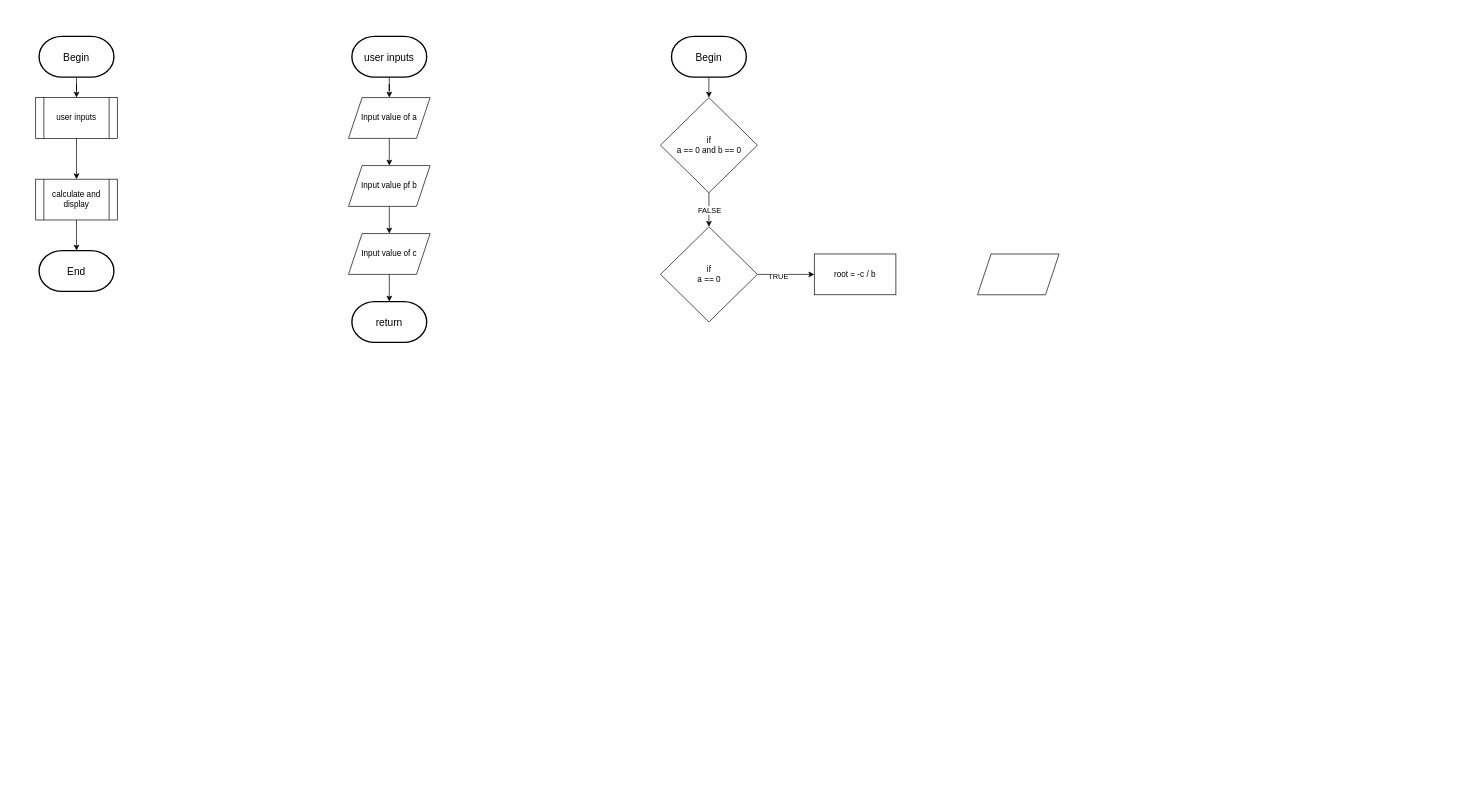
This is problem64flowchart.drawio from AmawNiZy/Assignments, a draw.io file, before an edit. Source tidied: cells renumbered, new cells numbered last; positions are measured from the earlier drawing's top-left corner, leaving out a move shared by most shapes. Both pictures are drawn from the tidied source at 68%, with x=0, y=0 at pixel (35, 36).
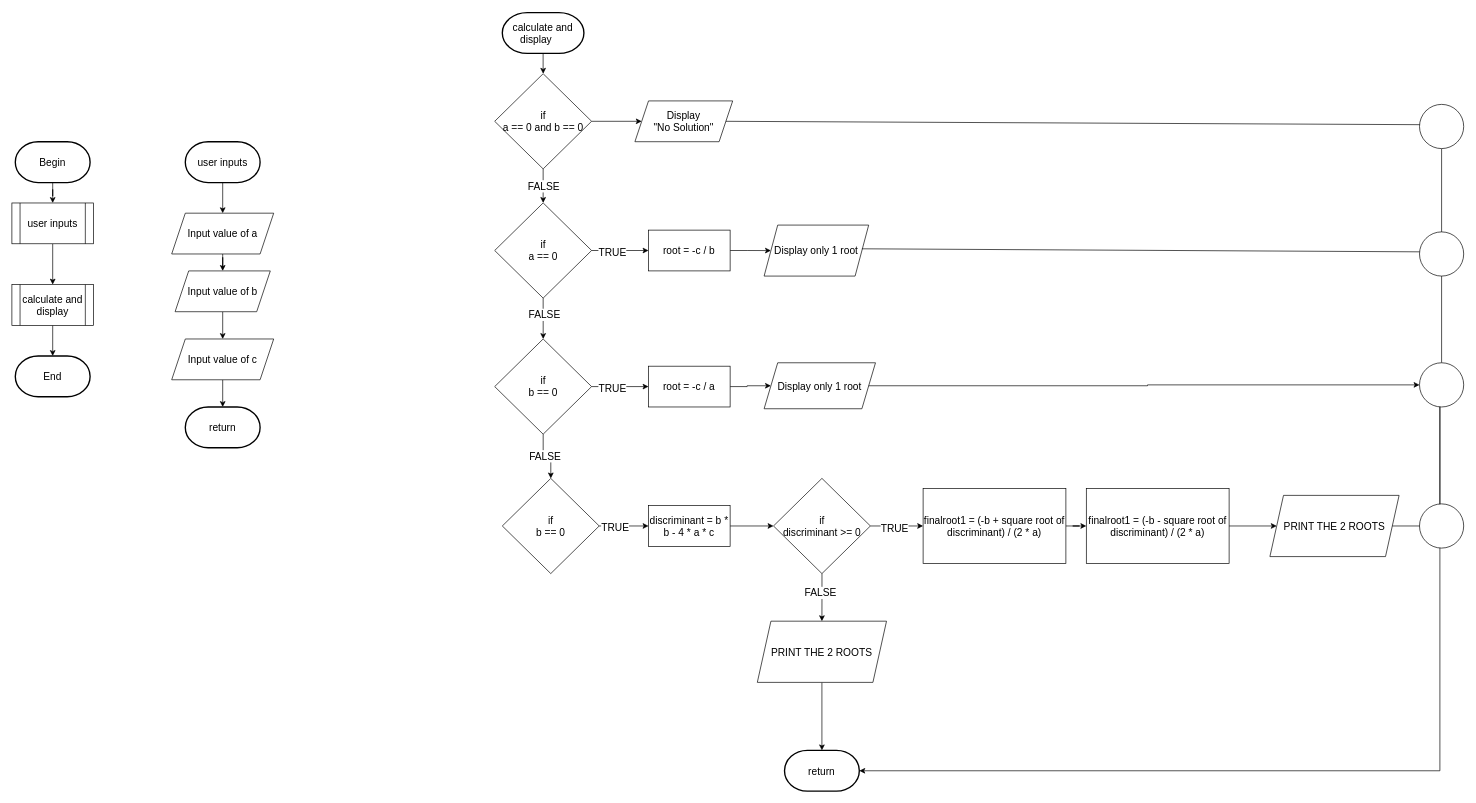
Above is the later version.

What changed in the source:
```diff
@@
-    <mxCell id="2" style="edgeStyle=orthogonalEdgeStyle;rounded=0;jettySize=auto;html=1;" parent="1" edge="1" source="3" target="5">
+    <mxCell id="2" style="edgeStyle=orthogonalEdgeStyle;rounded=0;jettySize=auto;html=1;fontSize=15;" parent="1" edge="1" source="3" target="5">
       <mxGeometry relative="1" as="geometry" />
     </mxCell>
-    <mxCell id="3" value="&lt;font style=&quot;font-size: 15px;&quot;&gt;Begin&lt;/font&gt;" style="strokeWidth=2;html=1;shape=mxgraph.flowchart.terminator;whiteSpace=wrap;" parent="1" vertex="1">
-      <mxGeometry x="5" width="110" height="60" as="geometry" />
+    <mxCell id="3" value="&lt;font style=&quot;font-size: 15px;&quot;&gt;Begin&lt;/font&gt;" style="strokeWidth=2;html=1;shape=mxgraph.flowchart.terminator;whiteSpace=wrap;fontSize=15;" parent="1" vertex="1">
+      <mxGeometry x="-30" y="155" width="110" height="60" as="geometry" />
     </mxCell>
-    <mxCell id="4" style="edgeStyle=orthogonalEdgeStyle;rounded=0;jettySize=auto;html=1;" parent="1" edge="1" source="5" target="7">
+    <mxCell id="4" style="edgeStyle=orthogonalEdgeStyle;rounded=0;jettySize=auto;html=1;fontSize=15;" parent="1" edge="1" source="5" target="7">
       <mxGeometry relative="1" as="geometry" />
     </mxCell>
-    <mxCell id="5" value="user inputs" style="shape=process;whiteSpace=wrap;html=1;backgroundOutline=1;" parent="1" vertex="1">
-      <mxGeometry y="90" width="120" height="60" as="geometry" />
+    <mxCell id="5" value="user inputs" style="shape=process;whiteSpace=wrap;html=1;backgroundOutline=1;fontSize=15;" parent="1" vertex="1">
+      <mxGeometry x="-35" y="245" width="120" height="60" as="geometry" />
     </mxCell>
-    <mxCell id="6" style="edgeStyle=orthogonalEdgeStyle;rounded=0;jettySize=auto;html=1;" parent="1" edge="1" source="7" target="8">
+    <mxCell id="6" style="edgeStyle=orthogonalEdgeStyle;rounded=0;jettySize=auto;html=1;fontSize=15;" parent="1" edge="1" source="7" target="8">
       <mxGeometry relative="1" as="geometry" />
     </mxCell>
-    <mxCell id="7" value="calculate and display" style="shape=process;whiteSpace=wrap;html=1;backgroundOutline=1;" parent="1" vertex="1">
-      <mxGeometry y="210" width="120" height="60" as="geometry" />
+    <mxCell id="7" value="calculate and display" style="shape=process;whiteSpace=wrap;html=1;backgroundOutline=1;fontSize=15;" parent="1" vertex="1">
+      <mxGeometry x="-35" y="365" width="120" height="60" as="geometry" />
     </mxCell>
-    <mxCell id="8" value="&lt;font style=&quot;font-size: 15px;&quot;&gt;End&lt;/font&gt;" style="strokeWidth=2;html=1;shape=mxgraph.flowchart.terminator;whiteSpace=wrap;" parent="1" vertex="1">
-      <mxGeometry x="5" y="315" width="110" height="60" as="geometry" />
+    <mxCell id="8" value="&lt;font style=&quot;font-size: 15px;&quot;&gt;End&lt;/font&gt;" style="strokeWidth=2;html=1;shape=mxgraph.flowchart.terminator;whiteSpace=wrap;fontSize=15;" parent="1" vertex="1">
+      <mxGeometry x="-30" y="470" width="110" height="60" as="geometry" />
     </mxCell>
-    <mxCell id="9" style="edgeStyle=orthogonalEdgeStyle;rounded=0;jettySize=auto;html=1;" parent="1" edge="1" source="10" target="12">
+    <mxCell id="9" style="edgeStyle=orthogonalEdgeStyle;rounded=0;jettySize=auto;html=1;fontSize=15;" parent="1" edge="1" source="10" target="12">
       <mxGeometry relative="1" as="geometry" />
     </mxCell>
-    <mxCell id="10" value="&lt;span style=&quot;font-size: 15px;&quot;&gt;user inputs&lt;/span&gt;" style="strokeWidth=2;html=1;shape=mxgraph.flowchart.terminator;whiteSpace=wrap;" parent="1" vertex="1">
-      <mxGeometry x="465" width="110" height="60" as="geometry" />
+    <mxCell id="10" value="&lt;span style=&quot;font-size: 15px;&quot;&gt;user inputs&lt;/span&gt;" style="strokeWidth=2;html=1;shape=mxgraph.flowchart.terminator;whiteSpace=wrap;fontSize=15;" parent="1" vertex="1">
+      <mxGeometry x="220" y="155" width="110" height="60" as="geometry" />
     </mxCell>
-    <mxCell id="11" style="edgeStyle=orthogonalEdgeStyle;rounded=0;jettySize=auto;html=1;" parent="1" edge="1" source="12" target="14">
+    <mxCell id="11" style="edgeStyle=orthogonalEdgeStyle;rounded=0;jettySize=auto;html=1;fontSize=15;" parent="1" edge="1" source="12" target="14">
       <mxGeometry relative="1" as="geometry" />
     </mxCell>
-    <mxCell id="12" value="Input value of a" style="shape=parallelogram;perimeter=parallelogramPerimeter;whiteSpace=wrap;html=1;fixedSize=1;" parent="1" vertex="1">
-      <mxGeometry x="460" y="90" width="120" height="60" as="geometry" />
+    <mxCell id="12" value="Input value of a" style="shape=parallelogram;perimeter=parallelogramPerimeter;whiteSpace=wrap;html=1;fixedSize=1;fontSize=15;" parent="1" vertex="1">
+      <mxGeometry x="200" y="260" width="150" height="60" as="geometry" />
     </mxCell>
-    <mxCell id="13" style="edgeStyle=orthogonalEdgeStyle;rounded=0;jettySize=auto;html=1;" parent="1" edge="1" source="14" target="16">
+    <mxCell id="13" style="edgeStyle=orthogonalEdgeStyle;rounded=0;jettySize=auto;html=1;fontSize=15;" parent="1" edge="1" source="14" target="16">
       <mxGeometry relative="1" as="geometry" />
     </mxCell>
-    <mxCell id="14" value="Input value pf b" style="shape=parallelogram;perimeter=parallelogramPerimeter;whiteSpace=wrap;html=1;fixedSize=1;" parent="1" vertex="1">
-      <mxGeometry x="460" y="190" width="120" height="60" as="geometry" />
+    <mxCell id="14" value="Input value of b" style="shape=parallelogram;perimeter=parallelogramPerimeter;whiteSpace=wrap;html=1;fixedSize=1;fontSize=15;" parent="1" vertex="1">
+      <mxGeometry x="205" y="344.9" width="140" height="60" as="geometry" />
     </mxCell>
-    <mxCell id="15" style="edgeStyle=orthogonalEdgeStyle;rounded=0;jettySize=auto;html=1;" parent="1" edge="1" source="16" target="17">
+    <mxCell id="15" style="edgeStyle=orthogonalEdgeStyle;rounded=0;jettySize=auto;html=1;fontSize=15;" parent="1" edge="1" source="16" target="17">
       <mxGeometry relative="1" as="geometry" />
     </mxCell>
-    <mxCell id="16" value="Input value of c" style="shape=parallelogram;perimeter=parallelogramPerimeter;whiteSpace=wrap;html=1;fixedSize=1;" parent="1" vertex="1">
-      <mxGeometry x="460" y="290" width="120" height="60" as="geometry" />
+    <mxCell id="16" value="Input value of c" style="shape=parallelogram;perimeter=parallelogramPerimeter;whiteSpace=wrap;html=1;fixedSize=1;fontSize=15;" parent="1" vertex="1">
+      <mxGeometry x="200" y="445" width="150" height="60" as="geometry" />
     </mxCell>
-    <mxCell id="17" value="&lt;font style=&quot;font-size: 15px;&quot;&gt;return&lt;/font&gt;" style="strokeWidth=2;html=1;shape=mxgraph.flowchart.terminator;whiteSpace=wrap;" parent="1" vertex="1">
-      <mxGeometry x="465" y="390" width="110" height="60" as="geometry" />
+    <mxCell id="17" value="&lt;font style=&quot;font-size: 15px;&quot;&gt;return&lt;/font&gt;" style="strokeWidth=2;html=1;shape=mxgraph.flowchart.terminator;whiteSpace=wrap;fontSize=15;" parent="1" vertex="1">
+      <mxGeometry x="220" y="545" width="110" height="60" as="geometry" />
     </mxCell>
-    <mxCell id="18" style="edgeStyle=orthogonalEdgeStyle;rounded=0;jettySize=auto;html=1;" parent="1" edge="1" source="19" target="22">
+    <mxCell id="18" style="edgeStyle=orthogonalEdgeStyle;rounded=0;jettySize=auto;html=1;fontSize=15;" parent="1" edge="1" source="19" target="22">
       <mxGeometry relative="1" as="geometry" />
     </mxCell>
-    <mxCell id="19" value="&lt;font style=&quot;font-size: 15px;&quot;&gt;Begin&lt;/font&gt;" style="strokeWidth=2;html=1;shape=mxgraph.flowchart.terminator;whiteSpace=wrap;" parent="1" vertex="1">
-      <mxGeometry x="935" width="110" height="60" as="geometry" />
+    <mxCell id="19" value="&lt;span style=&quot;font-size: 15px;&quot;&gt;calculate and display&lt;span style=&quot;white-space: pre; font-size: 15px;&quot;&gt;&#9;&lt;/span&gt;&lt;/span&gt;" style="strokeWidth=2;html=1;shape=mxgraph.flowchart.terminator;whiteSpace=wrap;fontSize=15;" parent="1" vertex="1">
+      <mxGeometry x="686.2" y="-35" width="120" height="60" as="geometry" />
     </mxCell>
-    <mxCell id="20" style="edgeStyle=orthogonalEdgeStyle;rounded=0;jettySize=auto;html=1;" parent="1" edge="1" source="22" target="25">
+    <mxCell id="20" style="edgeStyle=orthogonalEdgeStyle;rounded=0;jettySize=auto;html=1;fontSize=15;" parent="1" edge="1" source="22" target="25">
       <mxGeometry relative="1" as="geometry" />
     </mxCell>
-    <mxCell id="21" value="FALSE" style="edgeLabel;html=1;align=center;verticalAlign=middle;" parent="20" vertex="1">
+    <mxCell id="21" value="FALSE" style="edgeLabel;html=1;align=center;verticalAlign=middle;fontSize=15;" parent="20" vertex="1">
       <mxGeometry x="-0.01" relative="1" as="geometry" />
     </mxCell>
+    <mxCell id="28" style="edgeStyle=orthogonalEdgeStyle;rounded=0;jettySize=auto;html=1;fontSize=15;" parent="1" edge="1" source="22" target="32">
+      <mxGeometry relative="1" as="geometry" />
+    </mxCell>
-    <mxCell id="22" value="if&lt;br&gt;a == 0 and b == 0" style="rhombus;whiteSpace=wrap;html=1;" parent="1" vertex="1">
-      <mxGeometry x="918.8" y="90" width="142.5" height="140" as="geometry" />
+    <mxCell id="22" value="if&lt;br style=&quot;font-size: 15px;&quot;&gt;a == 0 and b == 0" style="rhombus;whiteSpace=wrap;html=1;fontSize=15;" parent="1" vertex="1">
+      <mxGeometry x="675" y="54.9" width="142.5" height="140" as="geometry" />
     </mxCell>
-    <mxCell id="23" style="edgeStyle=orthogonalEdgeStyle;rounded=0;jettySize=auto;html=1;" parent="1" edge="1" source="25" target="26">
+    <mxCell id="23" style="edgeStyle=orthogonalEdgeStyle;rounded=0;jettySize=auto;html=1;fontSize=15;" parent="1" edge="1" source="25" target="26">
       <mxGeometry relative="1" as="geometry" />
     </mxCell>
-    <mxCell id="24" value="TRUE" style="edgeLabel;html=1;align=center;verticalAlign=middle;" parent="23" vertex="1">
+    <mxCell id="24" value="TRUE" style="edgeLabel;html=1;align=center;verticalAlign=middle;fontSize=15;" parent="23" vertex="1">
       <mxGeometry x="-0.29" y="-2" relative="1" as="geometry" />
     </mxCell>
+    <mxCell id="29" style="edgeStyle=orthogonalEdgeStyle;rounded=0;jettySize=auto;html=1;exitX=0.5;exitY=1;exitDx=0;exitDy=0;fontSize=15;" parent="1" edge="1" source="25" target="37">
+      <mxGeometry relative="1" as="geometry" />
+    </mxCell>
+    <mxCell id="30" value="FALSE" style="edgeLabel;html=1;align=center;verticalAlign=middle;fontSize=15;" parent="29" vertex="1">
+      <mxGeometry x="-0.2" y="1" relative="1" as="geometry" />
+    </mxCell>
-    <mxCell id="25" value="if&lt;br&gt;a == 0" style="rhombus;whiteSpace=wrap;html=1;" parent="1" vertex="1">
-      <mxGeometry x="918.8" y="280" width="142.5" height="140" as="geometry" />
+    <mxCell id="25" value="if&lt;br style=&quot;font-size: 15px;&quot;&gt;a == 0" style="rhombus;whiteSpace=wrap;html=1;fontSize=15;" parent="1" vertex="1">
+      <mxGeometry x="675" y="244.9" width="142.5" height="140" as="geometry" />
     </mxCell>
+    <mxCell id="31" style="edgeStyle=orthogonalEdgeStyle;rounded=0;jettySize=auto;html=1;fontSize=15;" parent="1" edge="1" source="26" target="27">
+      <mxGeometry relative="1" as="geometry" />
+    </mxCell>
-    <mxCell id="26" value="root = -c / b" style="rounded=0;whiteSpace=wrap;html=1;" parent="1" vertex="1">
-      <mxGeometry x="1145" y="320" width="120" height="60" as="geometry" />
+    <mxCell id="26" value="root = -c / b" style="rounded=0;whiteSpace=wrap;html=1;fontSize=15;" parent="1" vertex="1">
+      <mxGeometry x="901.2" y="284.9" width="120" height="60" as="geometry" />
     </mxCell>
-    <mxCell id="27" style="shape=parallelogram;perimeter=parallelogramPerimeter;whiteSpace=wrap;html=1;fixedSize=1;" parent="1" vertex="1">
-      <mxGeometry x="1385" y="320" width="120" height="60" as="geometry" />
+    <mxCell id="27" value="Display only 1 root" style="shape=parallelogram;perimeter=parallelogramPerimeter;whiteSpace=wrap;html=1;fixedSize=1;fontSize=15;" parent="1" vertex="1">
+      <mxGeometry x="1071.2" y="277.5" width="153.8" height="75" as="geometry" />
     </mxCell>
+    <mxCell id="32" value="Display &lt;br style=&quot;font-size: 15px;&quot;&gt;&quot;No Solution&quot;" style="shape=parallelogram;perimeter=parallelogramPerimeter;whiteSpace=wrap;html=1;fixedSize=1;fontSize=15;" parent="1" vertex="1">
+      <mxGeometry x="881.2" y="94.9" width="143.8" height="60" as="geometry" />
+    </mxCell>
+    <mxCell id="33" style="edgeStyle=orthogonalEdgeStyle;rounded=0;jettySize=auto;html=1;fontSize=15;" parent="1" edge="1" source="37" target="39">
+      <mxGeometry relative="1" as="geometry" />
+    </mxCell>
+    <mxCell id="34" value="TRUE" style="edgeLabel;html=1;align=center;verticalAlign=middle;fontSize=15;" parent="33" vertex="1">
+      <mxGeometry x="-0.29" y="-2" relative="1" as="geometry" />
+    </mxCell>
+    <mxCell id="35" style="edgeStyle=orthogonalEdgeStyle;rounded=0;jettySize=auto;html=1;fontSize=15;" parent="1" edge="1" source="37" target="44">
+      <mxGeometry relative="1" as="geometry" />
+    </mxCell>
+    <mxCell id="36" value="FALSE" style="edgeLabel;html=1;align=center;verticalAlign=middle;fontSize=15;" parent="35" vertex="1">
+      <mxGeometry x="-0.09" y="1" relative="1" as="geometry" />
+    </mxCell>
+    <mxCell id="37" value="if&lt;br style=&quot;font-size: 15px;&quot;&gt;b == 0" style="rhombus;whiteSpace=wrap;html=1;fontSize=15;" parent="1" vertex="1">
+      <mxGeometry x="675" y="445" width="142.5" height="140" as="geometry" />
+    </mxCell>
+    <mxCell id="38" style="edgeStyle=orthogonalEdgeStyle;rounded=0;jettySize=auto;html=1;fontSize=15;" parent="1" edge="1" source="39" target="41">
+      <mxGeometry relative="1" as="geometry" />
+    </mxCell>
+    <mxCell id="39" value="root = -c / a" style="rounded=0;whiteSpace=wrap;html=1;fontSize=15;" parent="1" vertex="1">
+      <mxGeometry x="901.2" y="485" width="120" height="60" as="geometry" />
+    </mxCell>
+    <mxCell id="40" style="edgeStyle=orthogonalEdgeStyle;rounded=0;jettySize=auto;html=1;" parent="1" edge="1" source="69" target="59">
+      <mxGeometry relative="1" as="geometry">
+        <Array as="points">
+          <mxPoint x="2065" y="514" />
+          <mxPoint x="2065" y="1090" />
+        </Array>
+      </mxGeometry>
+    </mxCell>
+    <mxCell id="41" value="Display only 1 root" style="shape=parallelogram;perimeter=parallelogramPerimeter;whiteSpace=wrap;html=1;fixedSize=1;fontSize=15;" parent="1" vertex="1">
+      <mxGeometry x="1071.2" y="480" width="163.8" height="67.6" as="geometry" />
+    </mxCell>
+    <mxCell id="42" style="edgeStyle=orthogonalEdgeStyle;rounded=0;jettySize=auto;html=1;fontSize=15;" parent="1" edge="1" source="44" target="46">
+      <mxGeometry relative="1" as="geometry" />
+    </mxCell>
+    <mxCell id="43" value="TRUE" style="edgeLabel;html=1;align=center;verticalAlign=middle;fontSize=15;" parent="42" vertex="1">
+      <mxGeometry x="-0.36" y="-1" relative="1" as="geometry" />
+    </mxCell>
+    <mxCell id="44" value="if&lt;br style=&quot;font-size: 15px;&quot;&gt;b == 0" style="rhombus;whiteSpace=wrap;html=1;fontSize=15;" parent="1" vertex="1">
+      <mxGeometry x="686.2" y="650" width="142.5" height="140" as="geometry" />
+    </mxCell>
+    <mxCell id="45" style="edgeStyle=orthogonalEdgeStyle;rounded=0;jettySize=auto;html=1;fontSize=15;" parent="1" edge="1" source="46" target="51">
+      <mxGeometry relative="1" as="geometry" />
+    </mxCell>
+    <mxCell id="46" value="discriminant = b * b - 4 * a * c" style="rounded=0;whiteSpace=wrap;html=1;fontSize=15;" parent="1" vertex="1">
+      <mxGeometry x="901.2" y="690" width="120" height="60" as="geometry" />
+    </mxCell>
+    <mxCell id="47" style="edgeStyle=orthogonalEdgeStyle;rounded=0;jettySize=auto;html=1;fontSize=15;" parent="1" edge="1" source="51" target="53">
+      <mxGeometry relative="1" as="geometry" />
+    </mxCell>
+    <mxCell id="48" value="&lt;font style=&quot;font-size: 15px;&quot;&gt;TRUE&lt;/font&gt;" style="edgeLabel;html=1;align=center;verticalAlign=middle;" parent="47" vertex="1">
+      <mxGeometry x="-0.17" y="-3" relative="1" as="geometry">
+        <mxPoint x="3" as="offset" />
+      </mxGeometry>
+    </mxCell>
+    <mxCell id="49" style="edgeStyle=orthogonalEdgeStyle;rounded=0;jettySize=auto;html=1;" parent="1" edge="1" source="51" target="58">
+      <mxGeometry relative="1" as="geometry" />
+    </mxCell>
+    <mxCell id="50" value="&lt;font style=&quot;font-size: 15px;&quot;&gt;FALSE&lt;/font&gt;" style="edgeLabel;html=1;align=center;verticalAlign=middle;" parent="49" vertex="1">
+      <mxGeometry x="-0.21" y="-3" relative="1" as="geometry" />
+    </mxCell>
+    <mxCell id="51" value="if&lt;br style=&quot;font-size: 15px;&quot;&gt;discriminant &amp;gt;= 0" style="rhombus;whiteSpace=wrap;html=1;fontSize=15;" parent="1" vertex="1">
+      <mxGeometry x="1085" y="650" width="142.5" height="140" as="geometry" />
+    </mxCell>
+    <mxCell id="52" style="edgeStyle=orthogonalEdgeStyle;rounded=0;jettySize=auto;html=1;" parent="1" edge="1" source="53" target="55">
+      <mxGeometry relative="1" as="geometry" />
+    </mxCell>
+    <mxCell id="53" value="&lt;font style=&quot;font-size: 15px;&quot;&gt;finalroot1 = (-b + square root of discriminant) / (2 * a)&lt;/font&gt;" style="rounded=0;whiteSpace=wrap;html=1;fontSize=15;" parent="1" vertex="1">
+      <mxGeometry x="1305" y="665" width="210" height="110" as="geometry" />
+    </mxCell>
+    <mxCell id="54" style="edgeStyle=orthogonalEdgeStyle;rounded=0;jettySize=auto;html=1;" parent="1" edge="1" source="55" target="56">
+      <mxGeometry relative="1" as="geometry" />
+    </mxCell>
+    <mxCell id="55" value="&lt;font style=&quot;font-size: 15px;&quot;&gt;finalroot1 = (-b - square root of discriminant) / (2 * a)&lt;/font&gt;" style="rounded=0;whiteSpace=wrap;html=1;fontSize=15;" parent="1" vertex="1">
+      <mxGeometry x="1545" y="665" width="210" height="110" as="geometry" />
+    </mxCell>
+    <mxCell id="56" value="&lt;font style=&quot;font-size: 15px;&quot;&gt;PRINT THE 2 ROOTS&lt;/font&gt;" style="shape=parallelogram;perimeter=parallelogramPerimeter;whiteSpace=wrap;html=1;fixedSize=1;" parent="1" vertex="1">
+      <mxGeometry x="1815" y="675" width="190" height="90" as="geometry" />
+    </mxCell>
+    <mxCell id="57" style="edgeStyle=orthogonalEdgeStyle;rounded=0;jettySize=auto;html=1;" parent="1" edge="1" source="58" target="59">
+      <mxGeometry relative="1" as="geometry" />
+    </mxCell>
+    <mxCell id="58" value="&lt;font style=&quot;font-size: 15px;&quot;&gt;PRINT THE 2 ROOTS&lt;/font&gt;" style="shape=parallelogram;perimeter=parallelogramPerimeter;whiteSpace=wrap;html=1;fixedSize=1;" parent="1" vertex="1">
+      <mxGeometry x="1061.2" y="860" width="190" height="90" as="geometry" />
+    </mxCell>
+    <mxCell id="59" value="&lt;font style=&quot;font-size: 15px;&quot;&gt;return&lt;/font&gt;" style="strokeWidth=2;html=1;shape=mxgraph.flowchart.terminator;whiteSpace=wrap;fontSize=15;" parent="1" vertex="1">
+      <mxGeometry x="1101.2" y="1050" width="110" height="60" as="geometry" />
+    </mxCell>
+    <mxCell id="60" style="endArrow=none;html=1;rounded=0;strokeColor=default;entryX=1;entryY=0.5;entryDx=0;entryDy=0;" parent="1" edge="1" target="32">
+      <mxGeometry relative="1" as="geometry">
+        <mxPoint x="2065" y="130" as="sourcePoint" />
+      </mxGeometry>
+    </mxCell>
+    <mxCell id="61" style="endArrow=none;html=1;rounded=0;strokeColor=default;" parent="1" edge="1" source="65">
+      <mxGeometry relative="1" as="geometry">
+        <mxPoint x="2065" y="130" as="targetPoint" />
+      </mxGeometry>
+    </mxCell>
+    <mxCell id="62" style="endArrow=none;html=1;rounded=0;strokeColor=default;entryX=1;entryY=0.5;entryDx=0;entryDy=0;" parent="1" edge="1">
+      <mxGeometry relative="1" as="geometry">
+        <mxPoint x="2065" y="317" as="sourcePoint" />
+        <mxPoint x="1215" y="312.4" as="targetPoint" />
+      </mxGeometry>
+    </mxCell>
+    <mxCell id="63" style="endArrow=none;html=1;rounded=0;strokeColor=default;entryX=1;entryY=0.5;entryDx=0;entryDy=0;" parent="1" edge="1" target="56">
+      <mxGeometry relative="1" as="geometry">
+        <mxPoint x="2065" y="720" as="sourcePoint" />
+      </mxGeometry>
+    </mxCell>
+    <mxCell id="64" style="endArrow=none;html=1;rounded=0;strokeColor=default;" parent="1" edge="1" source="67" target="65">
+      <mxGeometry relative="1" as="geometry" />
+    </mxCell>
+    <mxCell id="65" style="ellipse;whiteSpace=wrap;html=1;" parent="1" vertex="1">
+      <mxGeometry x="2035" y="100" width="65" height="65" as="geometry" />
+    </mxCell>
+    <mxCell id="66" style="endArrow=none;html=1;rounded=0;strokeColor=default;" parent="1" edge="1" source="71" target="67">
+      <mxGeometry relative="1" as="geometry" />
+    </mxCell>
+    <mxCell id="67" style="ellipse;whiteSpace=wrap;html=1;" parent="1" vertex="1">
+      <mxGeometry x="2035" y="287.5" width="65" height="65" as="geometry" />
+    </mxCell>
+    <mxCell id="68" style="endArrow=none;html=1;rounded=0;strokeColor=default;" parent="1" edge="1" target="71">
+      <mxGeometry relative="1" as="geometry">
+        <mxPoint x="2065" y="520" as="sourcePoint" />
+      </mxGeometry>
+    </mxCell>
+    <mxCell id="69" style="ellipse;whiteSpace=wrap;html=1;" parent="1" vertex="1">
+      <mxGeometry x="2035" y="687.5" width="65" height="65" as="geometry" />
+    </mxCell>
+    <mxCell id="70" style="edgeStyle=orthogonalEdgeStyle;rounded=0;jettySize=auto;html=1;" parent="1" edge="1" source="41" target="71">
+      <mxGeometry relative="1" as="geometry" />
+    </mxCell>
+    <mxCell id="71" style="ellipse;whiteSpace=wrap;html=1;" parent="1" vertex="1">
+      <mxGeometry x="2035" y="480" width="65" height="65" as="geometry" />
+    </mxCell>
```
